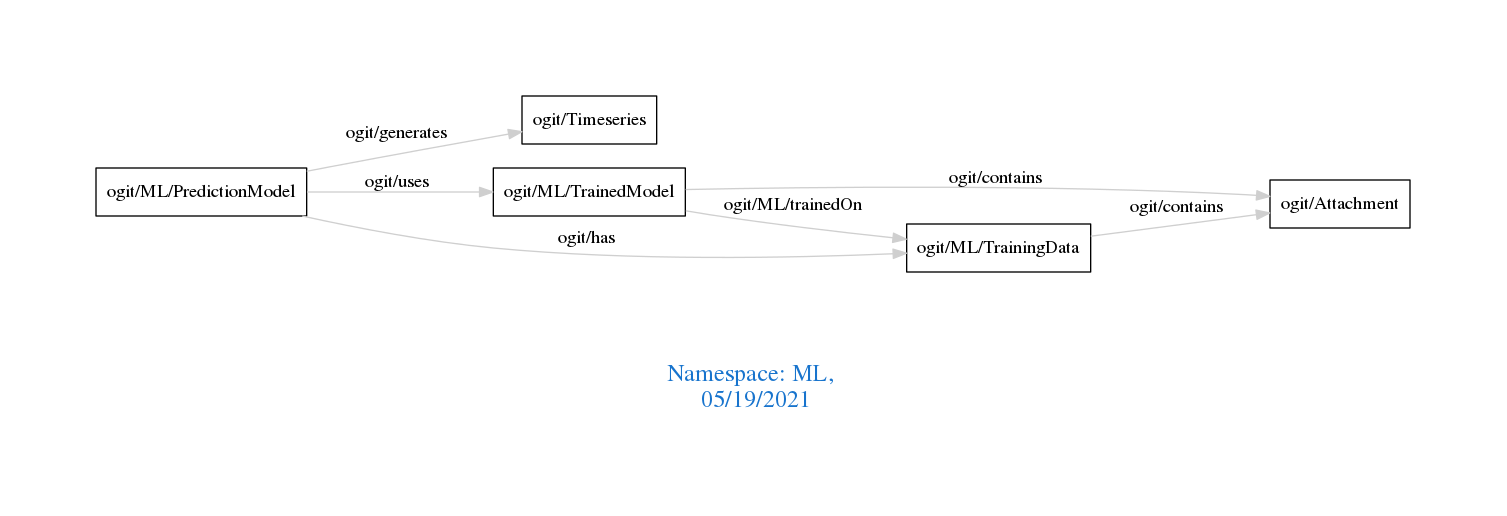
arago/OGIT keeps this Graphviz diagram as downloads/ML.png. Above is the earlier version. Its source is kept beside it as downloads/ML.dot.
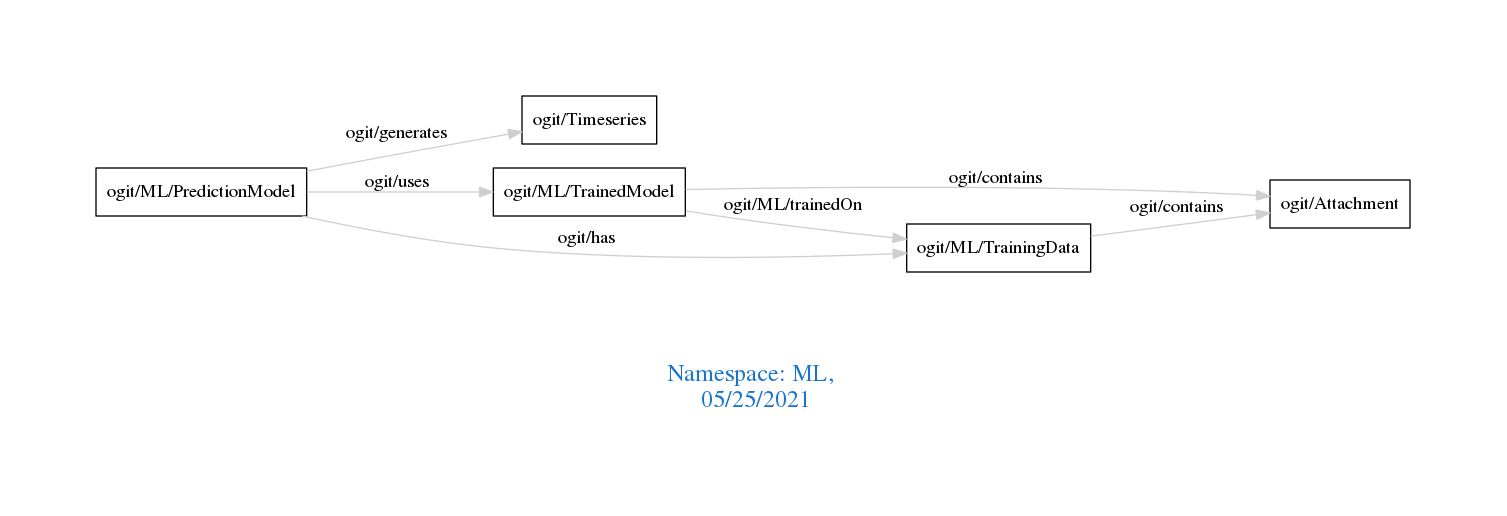
After the change.

What changed in the source:
```diff
@@ -1,7 +1,7 @@
 digraph OGIT_ontology {
  graph [ rankdir= LR,pad=1
 fontsize = 18,
-fontcolor= dodgerblue3,label = "\n\n\nNamespace: ML, \n 05/19/2021"];
+fontcolor= dodgerblue3,label = "\n\n\nNamespace: ML, \n 05/25/2021"];
 node[shape=polygon];
 edge [  color="gray81"];
 
```
